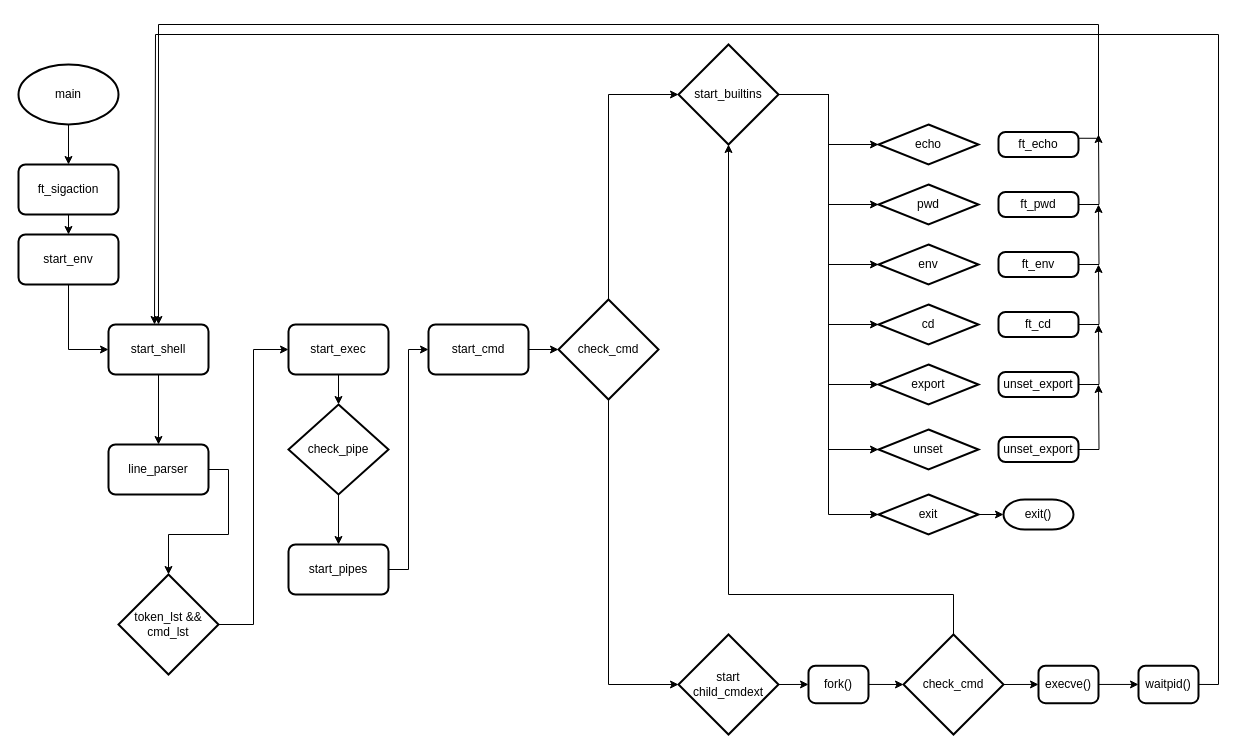
Above: diagrams/Diagrama sin título.drawio in LeonMoreno/LeonMoreno (draw.io), before the change. Source tidied: cells renumbered, new cells numbered last; positions are measured from the earlier drawing's top-left corner, leaving out a move shared by most shapes. Both pictures are drawn from the tidied source at 100%, with x=0, y=0 at pixel (18, 24).
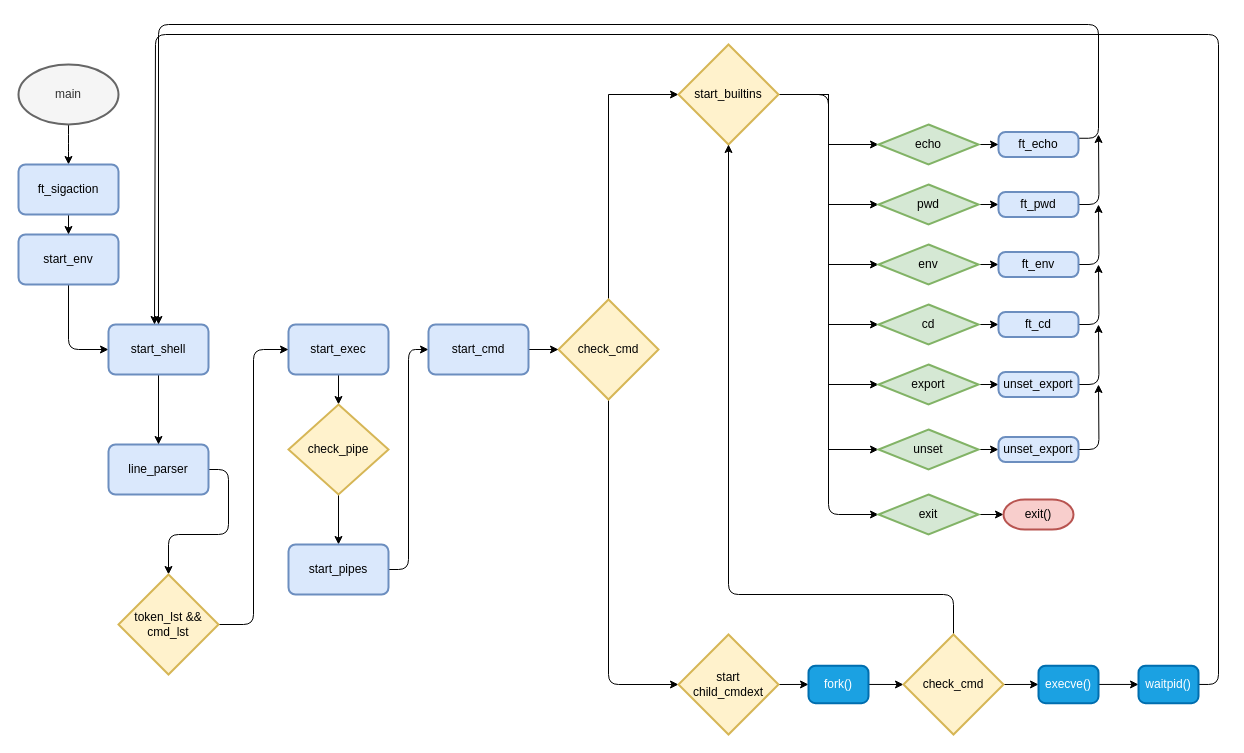
Above is the later version.

Change to the diagram source:
```diff
@@
-    <mxCell id="2" style="edgeStyle=orthogonalEdgeStyle;rounded=0;jettySize=auto;html=1;entryX=0.5;entryY=0;entryDx=0;entryDy=0;" parent="1" edge="1" source="3" target="11">
-      <mxGeometry relative="1" as="geometry" />
+    <mxCell id="2" style="edgeStyle=orthogonalEdgeStyle;rounded=1;jettySize=auto;html=1;entryX=0.5;entryY=0;entryDx=0;entryDy=0;" parent="1" edge="1" source="3" target="11">
+      <mxGeometry relative="1" as="geometry">
+        <Array as="points">
+          <mxPoint x="50" y="120" />
+          <mxPoint x="50" y="120" />
+        </Array>
+      </mxGeometry>
     </mxCell>
-    <mxCell id="3" value="main" style="strokeWidth=2;html=1;shape=mxgraph.flowchart.start_1;whiteSpace=wrap;" parent="1" vertex="1">
+    <mxCell id="3" value="main" style="strokeWidth=2;html=1;shape=mxgraph.flowchart.start_1;whiteSpace=wrap;fillColor=#f5f5f5;fontColor=#333333;strokeColor=#666666;" parent="1" vertex="1">
       <mxGeometry y="40" width="100" height="60" as="geometry" />
     </mxCell>
-    <mxCell id="4" style="edgeStyle=orthogonalEdgeStyle;rounded=0;jettySize=auto;html=1;exitX=1;exitY=0.5;exitDx=0;exitDy=0;entryX=0.5;entryY=0;entryDx=0;entryDy=0;entryPerimeter=0;" parent="1" edge="1" source="5" target="15">
+    <mxCell id="4" style="edgeStyle=orthogonalEdgeStyle;rounded=1;jettySize=auto;html=1;exitX=1;exitY=0.5;exitDx=0;exitDy=0;entryX=0.5;entryY=0;entryDx=0;entryDy=0;entryPerimeter=0;" parent="1" edge="1" source="5" target="15">
       <mxGeometry relative="1" as="geometry" />
     </mxCell>
-    <mxCell id="5" value="line_parser" style="rounded=1;whiteSpace=wrap;html=1;absoluteArcSize=1;arcSize=14;strokeWidth=2;" parent="1" vertex="1">
+    <mxCell id="5" value="line_parser" style="rounded=1;whiteSpace=wrap;html=1;absoluteArcSize=1;arcSize=14;strokeWidth=2;fillColor=#dae8fc;strokeColor=#6c8ebf;" parent="1" vertex="1">
       <mxGeometry x="90" y="420" width="100" height="50" as="geometry" />
     </mxCell>
-    <mxCell id="6" style="edgeStyle=orthogonalEdgeStyle;rounded=0;jettySize=auto;html=1;exitX=0.5;exitY=1;exitDx=0;exitDy=0;entryX=0;entryY=0.5;entryDx=0;entryDy=0;" parent="1" edge="1" source="7" target="9">
+    <mxCell id="6" style="edgeStyle=orthogonalEdgeStyle;rounded=1;jettySize=auto;html=1;exitX=0.5;exitY=1;exitDx=0;exitDy=0;entryX=0;entryY=0.5;entryDx=0;entryDy=0;" parent="1" edge="1" source="7" target="9">
       <mxGeometry relative="1" as="geometry" />
     </mxCell>
-    <mxCell id="7" value="start_env" style="rounded=1;whiteSpace=wrap;html=1;absoluteArcSize=1;arcSize=14;strokeWidth=2;" parent="1" vertex="1">
+    <mxCell id="7" value="start_env" style="rounded=1;whiteSpace=wrap;html=1;absoluteArcSize=1;arcSize=14;strokeWidth=2;fillColor=#dae8fc;strokeColor=#6c8ebf;" parent="1" vertex="1">
       <mxGeometry y="210" width="100" height="50" as="geometry" />
     </mxCell>
@@
-    <mxCell id="9" value="start_shell" style="rounded=1;whiteSpace=wrap;html=1;absoluteArcSize=1;arcSize=14;strokeWidth=2;" parent="1" vertex="1">
+    <mxCell id="9" value="start_shell" style="rounded=1;whiteSpace=wrap;html=1;absoluteArcSize=1;arcSize=14;strokeWidth=2;fillColor=#dae8fc;strokeColor=#6c8ebf;" parent="1" vertex="1">
       <mxGeometry x="90" y="300" width="100" height="50" as="geometry" />
     </mxCell>
-    <mxCell id="10" style="edgeStyle=orthogonalEdgeStyle;rounded=0;jettySize=auto;html=1;exitX=0.5;exitY=1;exitDx=0;exitDy=0;entryX=0.5;entryY=0;entryDx=0;entryDy=0;" parent="1" edge="1" source="11" target="7">
+    <mxCell id="10" style="edgeStyle=orthogonalEdgeStyle;rounded=1;jettySize=auto;html=1;exitX=0.5;exitY=1;exitDx=0;exitDy=0;entryX=0.5;entryY=0;entryDx=0;entryDy=0;" parent="1" edge="1" source="11" target="7">
       <mxGeometry relative="1" as="geometry" />
     </mxCell>
-    <mxCell id="11" value="ft_sigaction" style="rounded=1;whiteSpace=wrap;html=1;absoluteArcSize=1;arcSize=14;strokeWidth=2;" parent="1" vertex="1">
+    <mxCell id="11" value="ft_sigaction" style="rounded=1;whiteSpace=wrap;html=1;absoluteArcSize=1;arcSize=14;strokeWidth=2;fillColor=#dae8fc;strokeColor=#6c8ebf;" parent="1" vertex="1">
       <mxGeometry y="140" width="100" height="50" as="geometry" />
     </mxCell>
@@
-    <mxCell id="13" value="start_exec" style="rounded=1;whiteSpace=wrap;html=1;absoluteArcSize=1;arcSize=14;strokeWidth=2;" parent="1" vertex="1">
+    <mxCell id="13" value="start_exec" style="rounded=1;whiteSpace=wrap;html=1;absoluteArcSize=1;arcSize=14;strokeWidth=2;fillColor=#dae8fc;strokeColor=#6c8ebf;" parent="1" vertex="1">
       <mxGeometry x="270" y="300" width="100" height="50" as="geometry" />
     </mxCell>
-    <mxCell id="14" style="edgeStyle=orthogonalEdgeStyle;rounded=0;jettySize=auto;html=1;exitX=1;exitY=0.5;exitDx=0;exitDy=0;exitPerimeter=0;entryX=0;entryY=0.5;entryDx=0;entryDy=0;" parent="1" edge="1" source="15" target="13">
+    <mxCell id="14" style="edgeStyle=orthogonalEdgeStyle;rounded=1;jettySize=auto;html=1;exitX=1;exitY=0.5;exitDx=0;exitDy=0;exitPerimeter=0;entryX=0;entryY=0.5;entryDx=0;entryDy=0;" parent="1" edge="1" source="15" target="13">
       <mxGeometry relative="1" as="geometry" />
     </mxCell>
-    <mxCell id="15" value="token_lst &amp;amp;&amp;amp; cmd_lst" style="strokeWidth=2;html=1;shape=mxgraph.flowchart.decision;whiteSpace=wrap;" parent="1" vertex="1">
+    <mxCell id="15" value="token_lst &amp;amp;&amp;amp; cmd_lst" style="strokeWidth=2;html=1;shape=mxgraph.flowchart.decision;whiteSpace=wrap;fillColor=#fff2cc;strokeColor=#d6b656;" parent="1" vertex="1">
       <mxGeometry x="100" y="550" width="100" height="100" as="geometry" />
     </mxCell>
@@
-    <mxCell id="17" style="edgeStyle=orthogonalEdgeStyle;rounded=0;jettySize=auto;html=1;exitX=0.5;exitY=1;exitDx=0;exitDy=0;exitPerimeter=0;entryX=0;entryY=0.5;entryDx=0;entryDy=0;entryPerimeter=0;" parent="1" edge="1" source="18" target="34">
+    <mxCell id="17" style="edgeStyle=orthogonalEdgeStyle;rounded=1;jettySize=auto;html=1;exitX=0.5;exitY=1;exitDx=0;exitDy=0;exitPerimeter=0;entryX=0;entryY=0.5;entryDx=0;entryDy=0;entryPerimeter=0;" parent="1" edge="1" source="18" target="34">
       <mxGeometry relative="1" as="geometry" />
     </mxCell>
-    <mxCell id="18" value="check_cmd" style="strokeWidth=2;html=1;shape=mxgraph.flowchart.decision;whiteSpace=wrap;" parent="1" vertex="1">
+    <mxCell id="18" value="check_cmd" style="strokeWidth=2;html=1;shape=mxgraph.flowchart.decision;whiteSpace=wrap;fillColor=#fff2cc;strokeColor=#d6b656;" parent="1" vertex="1">
       <mxGeometry x="540" y="275" width="100" height="100" as="geometry" />
     </mxCell>
@@
-    <mxCell id="20" value="check_pipe" style="strokeWidth=2;html=1;shape=mxgraph.flowchart.decision;whiteSpace=wrap;" parent="1" vertex="1">
+    <mxCell id="20" value="check_pipe" style="strokeWidth=2;html=1;shape=mxgraph.flowchart.decision;whiteSpace=wrap;fillColor=#fff2cc;strokeColor=#d6b656;" parent="1" vertex="1">
       <mxGeometry x="270" y="380" width="100" height="90" as="geometry" />
     </mxCell>
-    <mxCell id="21" style="edgeStyle=orthogonalEdgeStyle;rounded=0;jettySize=auto;html=1;exitX=1;exitY=0.5;exitDx=0;exitDy=0;entryX=0;entryY=0.5;entryDx=0;entryDy=0;" parent="1" edge="1" source="22" target="24">
+    <mxCell id="21" style="edgeStyle=orthogonalEdgeStyle;rounded=1;jettySize=auto;html=1;exitX=1;exitY=0.5;exitDx=0;exitDy=0;entryX=0;entryY=0.5;entryDx=0;entryDy=0;" parent="1" edge="1" source="22" target="24">
       <mxGeometry relative="1" as="geometry" />
     </mxCell>
-    <mxCell id="22" value="start_pipes" style="rounded=1;whiteSpace=wrap;html=1;absoluteArcSize=1;arcSize=14;strokeWidth=2;" parent="1" vertex="1">
+    <mxCell id="22" value="start_pipes" style="rounded=1;whiteSpace=wrap;html=1;absoluteArcSize=1;arcSize=14;strokeWidth=2;fillColor=#dae8fc;strokeColor=#6c8ebf;" parent="1" vertex="1">
       <mxGeometry x="270" y="520" width="100" height="50" as="geometry" />
     </mxCell>
@@
-    <mxCell id="24" value="start_cmd" style="rounded=1;whiteSpace=wrap;html=1;absoluteArcSize=1;arcSize=14;strokeWidth=2;" parent="1" vertex="1">
+    <mxCell id="24" value="start_cmd" style="rounded=1;whiteSpace=wrap;html=1;absoluteArcSize=1;arcSize=14;strokeWidth=2;fillColor=#dae8fc;strokeColor=#6c8ebf;" parent="1" vertex="1">
       <mxGeometry x="410" y="300" width="100" height="50" as="geometry" />
     </mxCell>
@@
-    <mxCell id="31" style="edgeStyle=orthogonalEdgeStyle;rounded=0;jettySize=auto;html=1;exitX=1;exitY=0.5;exitDx=0;exitDy=0;exitPerimeter=0;entryX=0;entryY=0.5;entryDx=0;entryDy=0;entryPerimeter=0;" parent="1" edge="1" source="32" target="50">
+    <mxCell id="31" style="edgeStyle=orthogonalEdgeStyle;rounded=1;jettySize=auto;html=1;exitX=1;exitY=0.5;exitDx=0;exitDy=0;exitPerimeter=0;entryX=0;entryY=0.5;entryDx=0;entryDy=0;entryPerimeter=0;" parent="1" edge="1" source="32" target="50">
       <mxGeometry relative="1" as="geometry" />
     </mxCell>
-    <mxCell id="32" value="start_builtins" style="strokeWidth=2;html=1;shape=mxgraph.flowchart.decision;whiteSpace=wrap;" parent="1" vertex="1">
+    <mxCell id="32" value="start_builtins" style="strokeWidth=2;html=1;shape=mxgraph.flowchart.decision;whiteSpace=wrap;fillColor=#fff2cc;strokeColor=#d6b656;" parent="1" vertex="1">
       <mxGeometry x="660" y="20" width="100" height="100" as="geometry" />
     </mxCell>
@@
-    <mxCell id="34" value="start&lt;br&gt;child_cmdext" style="strokeWidth=2;html=1;shape=mxgraph.flowchart.decision;whiteSpace=wrap;" parent="1" vertex="1">
+    <mxCell id="34" value="start&lt;br&gt;child_cmdext" style="strokeWidth=2;html=1;shape=mxgraph.flowchart.decision;whiteSpace=wrap;fillColor=#fff2cc;strokeColor=#d6b656;" parent="1" vertex="1">
       <mxGeometry x="660" y="610" width="100" height="100" as="geometry" />
     </mxCell>
+    <mxCell id="65" style="edgeStyle=orthogonalEdgeStyle;rounded=0;jettySize=auto;html=1;exitX=1;exitY=0.5;exitDx=0;exitDy=0;exitPerimeter=0;" parent="1" edge="1" source="35" target="41">
+      <mxGeometry relative="1" as="geometry" />
+    </mxCell>
-    <mxCell id="35" value="echo" style="strokeWidth=2;html=1;shape=mxgraph.flowchart.decision;whiteSpace=wrap;" parent="1" vertex="1">
+    <mxCell id="35" value="echo" style="strokeWidth=2;html=1;shape=mxgraph.flowchart.decision;whiteSpace=wrap;fillColor=#d5e8d4;strokeColor=#82b366;" parent="1" vertex="1">
       <mxGeometry x="860" y="100" width="100" height="40" as="geometry" />
     </mxCell>
@@
-    <mxCell id="37" value="fork()" style="rounded=1;whiteSpace=wrap;html=1;absoluteArcSize=1;arcSize=14;strokeWidth=2;" parent="1" vertex="1">
+    <mxCell id="37" value="fork()" style="rounded=1;whiteSpace=wrap;html=1;absoluteArcSize=1;arcSize=14;strokeWidth=2;fillColor=#1ba1e2;fontColor=#ffffff;strokeColor=#006EAF;" parent="1" vertex="1">
       <mxGeometry x="790" y="641.2" width="60" height="37.5" as="geometry" />
     </mxCell>
+    <mxCell id="66" style="edgeStyle=orthogonalEdgeStyle;rounded=0;jettySize=auto;html=1;exitX=1;exitY=0.5;exitDx=0;exitDy=0;exitPerimeter=0;entryX=0;entryY=0.5;entryDx=0;entryDy=0;" parent="1" edge="1" source="38" target="43">
+      <mxGeometry relative="1" as="geometry" />
+    </mxCell>
-    <mxCell id="38" value="pwd" style="strokeWidth=2;html=1;shape=mxgraph.flowchart.decision;whiteSpace=wrap;" parent="1" vertex="1">
+    <mxCell id="38" value="pwd" style="strokeWidth=2;html=1;shape=mxgraph.flowchart.decision;whiteSpace=wrap;fillColor=#d5e8d4;strokeColor=#82b366;" parent="1" vertex="1">
       <mxGeometry x="860" y="160" width="100" height="40" as="geometry" />
     </mxCell>
+    <mxCell id="67" style="edgeStyle=orthogonalEdgeStyle;rounded=0;jettySize=auto;html=1;exitX=1;exitY=0.5;exitDx=0;exitDy=0;exitPerimeter=0;entryX=0;entryY=0.5;entryDx=0;entryDy=0;" parent="1" edge="1" source="39" target="45">
+      <mxGeometry relative="1" as="geometry" />
+    </mxCell>
-    <mxCell id="39" value="env" style="strokeWidth=2;html=1;shape=mxgraph.flowchart.decision;whiteSpace=wrap;" parent="1" vertex="1">
+    <mxCell id="39" value="env" style="strokeWidth=2;html=1;shape=mxgraph.flowchart.decision;whiteSpace=wrap;fillColor=#d5e8d4;strokeColor=#82b366;" parent="1" vertex="1">
       <mxGeometry x="860" y="220" width="100" height="40" as="geometry" />
     </mxCell>
-    <mxCell id="40" style="edgeStyle=orthogonalEdgeStyle;rounded=0;jettySize=auto;html=1;exitX=1;exitY=0.25;exitDx=0;exitDy=0;entryX=0.5;entryY=0;entryDx=0;entryDy=0;" parent="1" edge="1" source="41" target="9">
+    <mxCell id="40" style="edgeStyle=orthogonalEdgeStyle;rounded=1;jettySize=auto;html=1;exitX=1;exitY=0.25;exitDx=0;exitDy=0;entryX=0.5;entryY=0;entryDx=0;entryDy=0;" parent="1" edge="1" source="41" target="9">
       <mxGeometry relative="1" as="geometry">
         <Array as="points">
           <mxPoint x="1080" y="114" />
           <mxPoint x="1080" />
           <mxPoint x="140" />
         </Array>
       </mxGeometry>
     </mxCell>
-    <mxCell id="41" value="ft_echo" style="rounded=1;whiteSpace=wrap;html=1;absoluteArcSize=1;arcSize=14;strokeWidth=2;" parent="1" vertex="1">
+    <mxCell id="41" value="ft_echo" style="rounded=1;whiteSpace=wrap;html=1;absoluteArcSize=1;arcSize=14;strokeWidth=2;fillColor=#dae8fc;strokeColor=#6c8ebf;" parent="1" vertex="1">
       <mxGeometry x="980" y="107.5" width="80" height="25" as="geometry" />
     </mxCell>
-    <mxCell id="42" style="edgeStyle=orthogonalEdgeStyle;rounded=0;jettySize=auto;html=1;exitX=1;exitY=0.5;exitDx=0;exitDy=0;" parent="1" edge="1" source="43">
+    <mxCell id="42" style="edgeStyle=orthogonalEdgeStyle;rounded=1;jettySize=auto;html=1;exitX=1;exitY=0.5;exitDx=0;exitDy=0;" parent="1" edge="1" source="43">
       <mxGeometry relative="1" as="geometry">
         <mxPoint x="1080" y="110" as="targetPoint" />
       </mxGeometry>
     </mxCell>
-    <mxCell id="43" value="ft_pwd" style="rounded=1;whiteSpace=wrap;html=1;absoluteArcSize=1;arcSize=14;strokeWidth=2;" parent="1" vertex="1">
+    <mxCell id="43" value="ft_pwd" style="rounded=1;whiteSpace=wrap;html=1;absoluteArcSize=1;arcSize=14;strokeWidth=2;fillColor=#dae8fc;strokeColor=#6c8ebf;" parent="1" vertex="1">
       <mxGeometry x="980" y="167.5" width="80" height="25" as="geometry" />
     </mxCell>
-    <mxCell id="44" style="edgeStyle=orthogonalEdgeStyle;rounded=0;jettySize=auto;html=1;exitX=1;exitY=0.5;exitDx=0;exitDy=0;" parent="1" edge="1" source="45">
+    <mxCell id="44" style="edgeStyle=orthogonalEdgeStyle;rounded=1;jettySize=auto;html=1;exitX=1;exitY=0.5;exitDx=0;exitDy=0;" parent="1" edge="1" source="45">
       <mxGeometry relative="1" as="geometry">
         <mxPoint x="1080" y="180" as="targetPoint" />
       </mxGeometry>
     </mxCell>
-    <mxCell id="45" value="ft_env" style="rounded=1;whiteSpace=wrap;html=1;absoluteArcSize=1;arcSize=14;strokeWidth=2;" parent="1" vertex="1">
+    <mxCell id="45" value="ft_env" style="rounded=1;whiteSpace=wrap;html=1;absoluteArcSize=1;arcSize=14;strokeWidth=2;fillColor=#dae8fc;strokeColor=#6c8ebf;" parent="1" vertex="1">
       <mxGeometry x="980" y="227.5" width="80" height="25" as="geometry" />
     </mxCell>
+    <mxCell id="68" style="edgeStyle=orthogonalEdgeStyle;rounded=0;jettySize=auto;html=1;exitX=1;exitY=0.5;exitDx=0;exitDy=0;exitPerimeter=0;entryX=0;entryY=0.5;entryDx=0;entryDy=0;" parent="1" edge="1" source="46" target="52">
+      <mxGeometry relative="1" as="geometry" />
+    </mxCell>
-    <mxCell id="46" value="cd" style="strokeWidth=2;html=1;shape=mxgraph.flowchart.decision;whiteSpace=wrap;" parent="1" vertex="1">
+    <mxCell id="46" value="cd" style="strokeWidth=2;html=1;shape=mxgraph.flowchart.decision;whiteSpace=wrap;fillColor=#d5e8d4;strokeColor=#82b366;" parent="1" vertex="1">
       <mxGeometry x="860" y="280" width="100" height="40" as="geometry" />
     </mxCell>
+    <mxCell id="69" style="edgeStyle=orthogonalEdgeStyle;rounded=0;jettySize=auto;html=1;exitX=1;exitY=0.5;exitDx=0;exitDy=0;exitPerimeter=0;entryX=0;entryY=0.5;entryDx=0;entryDy=0;" parent="1" edge="1" source="47" target="54">
+      <mxGeometry relative="1" as="geometry" />
+    </mxCell>
-    <mxCell id="47" value="export" style="strokeWidth=2;html=1;shape=mxgraph.flowchart.decision;whiteSpace=wrap;" parent="1" vertex="1">
+    <mxCell id="47" value="export" style="strokeWidth=2;html=1;shape=mxgraph.flowchart.decision;whiteSpace=wrap;fillColor=#d5e8d4;strokeColor=#82b366;" parent="1" vertex="1">
       <mxGeometry x="860" y="340" width="100" height="40" as="geometry" />
     </mxCell>
+    <mxCell id="70" style="edgeStyle=orthogonalEdgeStyle;rounded=0;jettySize=auto;html=1;exitX=1;exitY=0.5;exitDx=0;exitDy=0;exitPerimeter=0;entryX=0;entryY=0.5;entryDx=0;entryDy=0;" parent="1" edge="1" source="48" target="56">
+      <mxGeometry relative="1" as="geometry" />
+    </mxCell>
-    <mxCell id="48" value="unset" style="strokeWidth=2;html=1;shape=mxgraph.flowchart.decision;whiteSpace=wrap;" parent="1" vertex="1">
+    <mxCell id="48" value="unset" style="strokeWidth=2;html=1;shape=mxgraph.flowchart.decision;whiteSpace=wrap;fillColor=#d5e8d4;strokeColor=#82b366;" parent="1" vertex="1">
       <mxGeometry x="860" y="405" width="100" height="40" as="geometry" />
     </mxCell>
@@
-    <mxCell id="50" value="exit" style="strokeWidth=2;html=1;shape=mxgraph.flowchart.decision;whiteSpace=wrap;" parent="1" vertex="1">
+    <mxCell id="50" value="exit" style="strokeWidth=2;html=1;shape=mxgraph.flowchart.decision;whiteSpace=wrap;fillColor=#d5e8d4;strokeColor=#82b366;" parent="1" vertex="1">
       <mxGeometry x="860" y="470" width="100" height="40" as="geometry" />
     </mxCell>
-    <mxCell id="51" style="edgeStyle=orthogonalEdgeStyle;rounded=0;jettySize=auto;html=1;exitX=1;exitY=0.5;exitDx=0;exitDy=0;" parent="1" edge="1" source="52">
+    <mxCell id="51" style="edgeStyle=orthogonalEdgeStyle;rounded=1;jettySize=auto;html=1;exitX=1;exitY=0.5;exitDx=0;exitDy=0;" parent="1" edge="1" source="52">
       <mxGeometry relative="1" as="geometry">
         <mxPoint x="1080" y="240" as="targetPoint" />
       </mxGeometry>
     </mxCell>
-    <mxCell id="52" value="ft_cd" style="rounded=1;whiteSpace=wrap;html=1;absoluteArcSize=1;arcSize=14;strokeWidth=2;" parent="1" vertex="1">
+    <mxCell id="52" value="ft_cd" style="rounded=1;whiteSpace=wrap;html=1;absoluteArcSize=1;arcSize=14;strokeWidth=2;fillColor=#dae8fc;strokeColor=#6c8ebf;" parent="1" vertex="1">
       <mxGeometry x="980" y="287.5" width="80" height="25" as="geometry" />
     </mxCell>
-    <mxCell id="53" style="edgeStyle=orthogonalEdgeStyle;rounded=0;jettySize=auto;html=1;exitX=1;exitY=0.5;exitDx=0;exitDy=0;" parent="1" edge="1" source="54">
+    <mxCell id="53" style="edgeStyle=orthogonalEdgeStyle;rounded=1;jettySize=auto;html=1;exitX=1;exitY=0.5;exitDx=0;exitDy=0;" parent="1" edge="1" source="54">
       <mxGeometry relative="1" as="geometry">
         <mxPoint x="1080" y="300" as="targetPoint" />
       </mxGeometry>
     </mxCell>
-    <mxCell id="54" value="unset_export" style="rounded=1;whiteSpace=wrap;html=1;absoluteArcSize=1;arcSize=14;strokeWidth=2;" parent="1" vertex="1">
+    <mxCell id="54" value="unset_export" style="rounded=1;whiteSpace=wrap;html=1;absoluteArcSize=1;arcSize=14;strokeWidth=2;fillColor=#dae8fc;strokeColor=#6c8ebf;" parent="1" vertex="1">
       <mxGeometry x="980" y="347.5" width="80" height="25" as="geometry" />
     </mxCell>
-    <mxCell id="55" style="edgeStyle=orthogonalEdgeStyle;rounded=0;jettySize=auto;html=1;exitX=1;exitY=0.5;exitDx=0;exitDy=0;" parent="1" edge="1" source="56">
+    <mxCell id="55" style="edgeStyle=orthogonalEdgeStyle;rounded=1;jettySize=auto;html=1;exitX=1;exitY=0.5;exitDx=0;exitDy=0;" parent="1" edge="1" source="56">
       <mxGeometry relative="1" as="geometry">
         <mxPoint x="1080" y="360" as="targetPoint" />
       </mxGeometry>
     </mxCell>
-    <mxCell id="56" value="unset_export" style="rounded=1;whiteSpace=wrap;html=1;absoluteArcSize=1;arcSize=14;strokeWidth=2;" parent="1" vertex="1">
+    <mxCell id="56" value="unset_export" style="rounded=1;whiteSpace=wrap;html=1;absoluteArcSize=1;arcSize=14;strokeWidth=2;fillColor=#dae8fc;strokeColor=#6c8ebf;" parent="1" vertex="1">
       <mxGeometry x="980" y="412.5" width="80" height="25" as="geometry" />
     </mxCell>
-    <mxCell id="57" value="exit()" style="strokeWidth=2;html=1;shape=mxgraph.flowchart.terminator;whiteSpace=wrap;" parent="1" vertex="1">
+    <mxCell id="57" value="exit()" style="strokeWidth=2;html=1;shape=mxgraph.flowchart.terminator;whiteSpace=wrap;fillColor=#f8cecc;strokeColor=#b85450;" parent="1" vertex="1">
       <mxGeometry x="985" y="475" width="70" height="30" as="geometry" />
     </mxCell>
-    <mxCell id="58" style="edgeStyle=orthogonalEdgeStyle;rounded=0;jettySize=auto;html=1;exitX=0.5;exitY=0;exitDx=0;exitDy=0;exitPerimeter=0;entryX=0.5;entryY=1;entryDx=0;entryDy=0;entryPerimeter=0;" parent="1" edge="1" source="60" target="32">
+    <mxCell id="58" style="edgeStyle=orthogonalEdgeStyle;rounded=1;jettySize=auto;html=1;exitX=0.5;exitY=0;exitDx=0;exitDy=0;exitPerimeter=0;entryX=0.5;entryY=1;entryDx=0;entryDy=0;entryPerimeter=0;" parent="1" edge="1" source="60" target="32">
       <mxGeometry relative="1" as="geometry">
         <Array as="points">
           <mxPoint x="935" y="570" />
           <mxPoint x="710" y="570" />
         </Array>
       </mxGeometry>
     </mxCell>
@@
-    <mxCell id="60" value="check_cmd" style="strokeWidth=2;html=1;shape=mxgraph.flowchart.decision;whiteSpace=wrap;" parent="1" vertex="1">
+    <mxCell id="60" value="check_cmd" style="strokeWidth=2;html=1;shape=mxgraph.flowchart.decision;whiteSpace=wrap;fillColor=#fff2cc;strokeColor=#d6b656;" parent="1" vertex="1">
       <mxGeometry x="885" y="610" width="100" height="100" as="geometry" />
     </mxCell>
@@
-    <mxCell id="62" value="execve()" style="rounded=1;whiteSpace=wrap;html=1;absoluteArcSize=1;arcSize=14;strokeWidth=2;" parent="1" vertex="1">
+    <mxCell id="62" value="execve()" style="rounded=1;whiteSpace=wrap;html=1;absoluteArcSize=1;arcSize=14;strokeWidth=2;fillColor=#1ba1e2;fontColor=#ffffff;strokeColor=#006EAF;" parent="1" vertex="1">
       <mxGeometry x="1020" y="641.2" width="60" height="37.5" as="geometry" />
     </mxCell>
-    <mxCell id="63" style="edgeStyle=orthogonalEdgeStyle;rounded=0;jettySize=auto;html=1;exitX=1;exitY=0.5;exitDx=0;exitDy=0;" parent="1" edge="1" source="64">
+    <mxCell id="63" style="edgeStyle=orthogonalEdgeStyle;rounded=1;jettySize=auto;html=1;exitX=1;exitY=0.5;exitDx=0;exitDy=0;" parent="1" edge="1" source="64">
       <mxGeometry relative="1" as="geometry">
         <mxPoint x="136" y="300" as="targetPoint" />
         <Array as="points">
           <mxPoint x="1200" y="660" />
           <mxPoint x="1200" y="10" />
           <mxPoint x="137" y="10" />
         </Array>
       </mxGeometry>
     </mxCell>
-    <mxCell id="64" value="waitpid()" style="rounded=1;whiteSpace=wrap;html=1;absoluteArcSize=1;arcSize=14;strokeWidth=2;" parent="1" vertex="1">
+    <mxCell id="64" value="waitpid()" style="rounded=1;whiteSpace=wrap;html=1;absoluteArcSize=1;arcSize=14;strokeWidth=2;fillColor=#1ba1e2;fontColor=#ffffff;strokeColor=#006EAF;" parent="1" vertex="1">
       <mxGeometry x="1120" y="641.2" width="60" height="37.5" as="geometry" />
     </mxCell>
```
